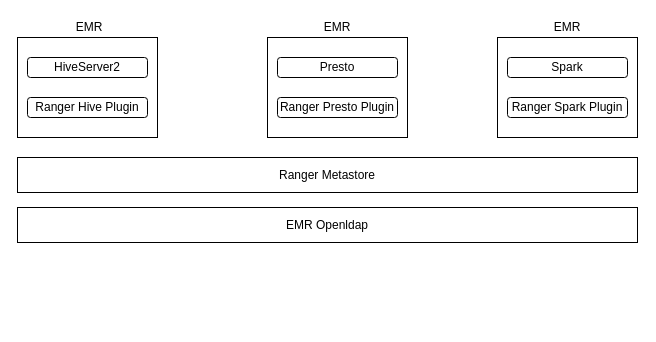
jimmycheng603/findmaven keeps this draw.io diagram as ranger.drawio. Above is the earlier version. Source tidied: cells renumbered, new cells numbered last; positions are measured from the earlier drawing's top-left corner, leaving out a move shared by most shapes. Both pictures are drawn from the tidied source at 100%, with x=0, y=0 at pixel (17, 17).
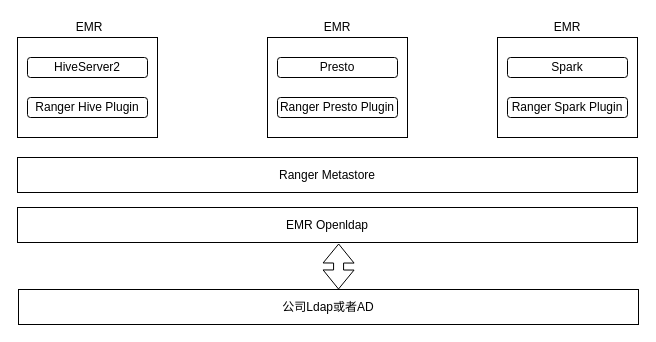
After the change.

Diff of the diagram source:
```diff
@@
 <mxGraphModel>
   <root>
     <mxCell id="0" />
     <mxCell id="1" parent="0" />
     <mxCell id="2" style="rounded=0;whiteSpace=wrap;html=1;" parent="1" vertex="1">
       <mxGeometry y="20" width="140" height="100" as="geometry" />
     </mxCell>
     <mxCell id="3" style="rounded=0;whiteSpace=wrap;html=1;" parent="1" vertex="1">
       <mxGeometry x="250" y="20" width="140" height="100" as="geometry" />
     </mxCell>
     <mxCell id="4" value="EMR Openldap" style="rounded=0;whiteSpace=wrap;html=1;" parent="1" vertex="1">
       <mxGeometry y="190" width="620" height="35" as="geometry" />
     </mxCell>
     <mxCell id="5" value="HiveServer2" style="rounded=1;whiteSpace=wrap;html=1;" parent="1" vertex="1">
       <mxGeometry x="10" y="40" width="120" height="20" as="geometry" />
     </mxCell>
     <mxCell id="6" value="EMR" style="text;html=1;strokeColor=none;fillColor=none;align=center;verticalAlign=middle;whiteSpace=wrap;rounded=0;" parent="1" vertex="1">
       <mxGeometry x="52" width="40" height="20" as="geometry" />
     </mxCell>
     <mxCell id="7" value="Presto" style="rounded=1;whiteSpace=wrap;html=1;" parent="1" vertex="1">
       <mxGeometry x="260" y="40" width="120" height="20" as="geometry" />
     </mxCell>
     <mxCell id="8" style="rounded=0;whiteSpace=wrap;html=1;" parent="1" vertex="1">
       <mxGeometry x="480" y="20" width="140" height="100" as="geometry" />
     </mxCell>
     <mxCell id="9" value="Spark" style="rounded=1;whiteSpace=wrap;html=1;" parent="1" vertex="1">
       <mxGeometry x="490" y="40" width="120" height="20" as="geometry" />
     </mxCell>
     <mxCell id="10" value="Ranger Metastore" style="rounded=0;whiteSpace=wrap;html=1;" parent="1" vertex="1">
       <mxGeometry y="140" width="620" height="35" as="geometry" />
     </mxCell>
     <mxCell id="11" value="Ranger Hive Plugin" style="rounded=1;whiteSpace=wrap;html=1;" parent="1" vertex="1">
       <mxGeometry x="10" y="80" width="120" height="20" as="geometry" />
     </mxCell>
     <mxCell id="12" value="Ranger Presto Plugin" style="rounded=1;whiteSpace=wrap;html=1;" parent="1" vertex="1">
       <mxGeometry x="260" y="80" width="120" height="20" as="geometry" />
     </mxCell>
     <mxCell id="13" value="Ranger Spark Plugin" style="rounded=1;whiteSpace=wrap;html=1;" parent="1" vertex="1">
       <mxGeometry x="490" y="80" width="120" height="20" as="geometry" />
     </mxCell>
     <mxCell id="14" value="EMR" style="text;html=1;strokeColor=none;fillColor=none;align=center;verticalAlign=middle;whiteSpace=wrap;rounded=0;" parent="1" vertex="1">
       <mxGeometry x="300" width="40" height="20" as="geometry" />
     </mxCell>
     <mxCell id="15" value="EMR" style="text;html=1;strokeColor=none;fillColor=none;align=center;verticalAlign=middle;whiteSpace=wrap;rounded=0;" parent="1" vertex="1">
       <mxGeometry x="530" width="40" height="20" as="geometry" />
     </mxCell>
+    <mxCell id="16" value="公司Ldap或者AD" style="rounded=0;whiteSpace=wrap;html=1;" parent="1" vertex="1">
+      <mxGeometry x="1" y="272" width="620" height="35" as="geometry" />
+    </mxCell>
+    <mxCell id="17" style="shape=flexArrow;endArrow=classic;startArrow=classic;html=1;entryX=0.518;entryY=1.029;entryDx=0;entryDy=0;entryPerimeter=0;" parent="1" edge="1" target="4">
+      <mxGeometry relative="1" as="geometry">
+        <mxPoint x="321" y="272" as="sourcePoint" />
+      </mxGeometry>
+    </mxCell>
   </root>
 </mxGraphModel>
```
